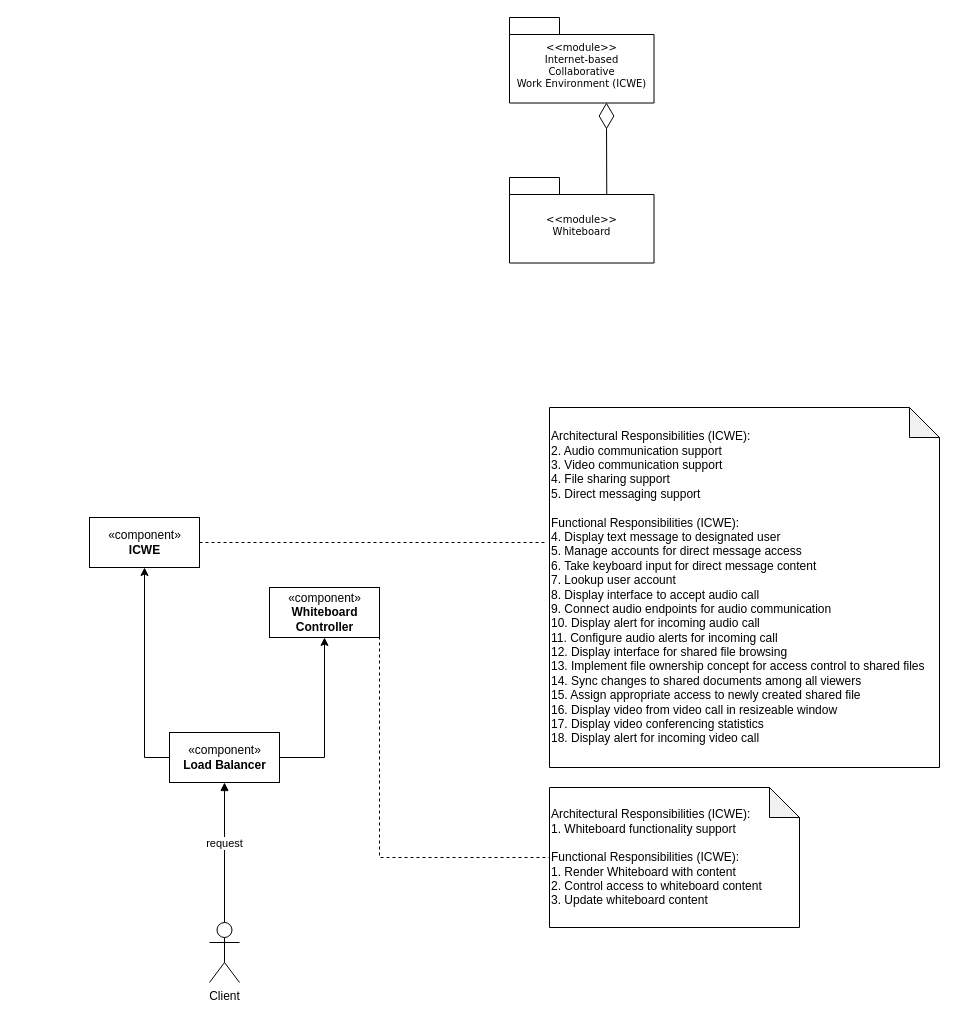
Earlier version of the draw.io diagram page "AD1_Whiteboard" (2 of 6) of Project_Checkpoint_4.drawio (james-mcallister/diagrams). Source tidied: cells renumbered, new cells numbered last; positions are measured from the earlier drawing's top-left corner, leaving out a move shared by most shapes. Both pictures are drawn from the tidied source at 100%, with x=0, y=0 at pixel (89, 17).
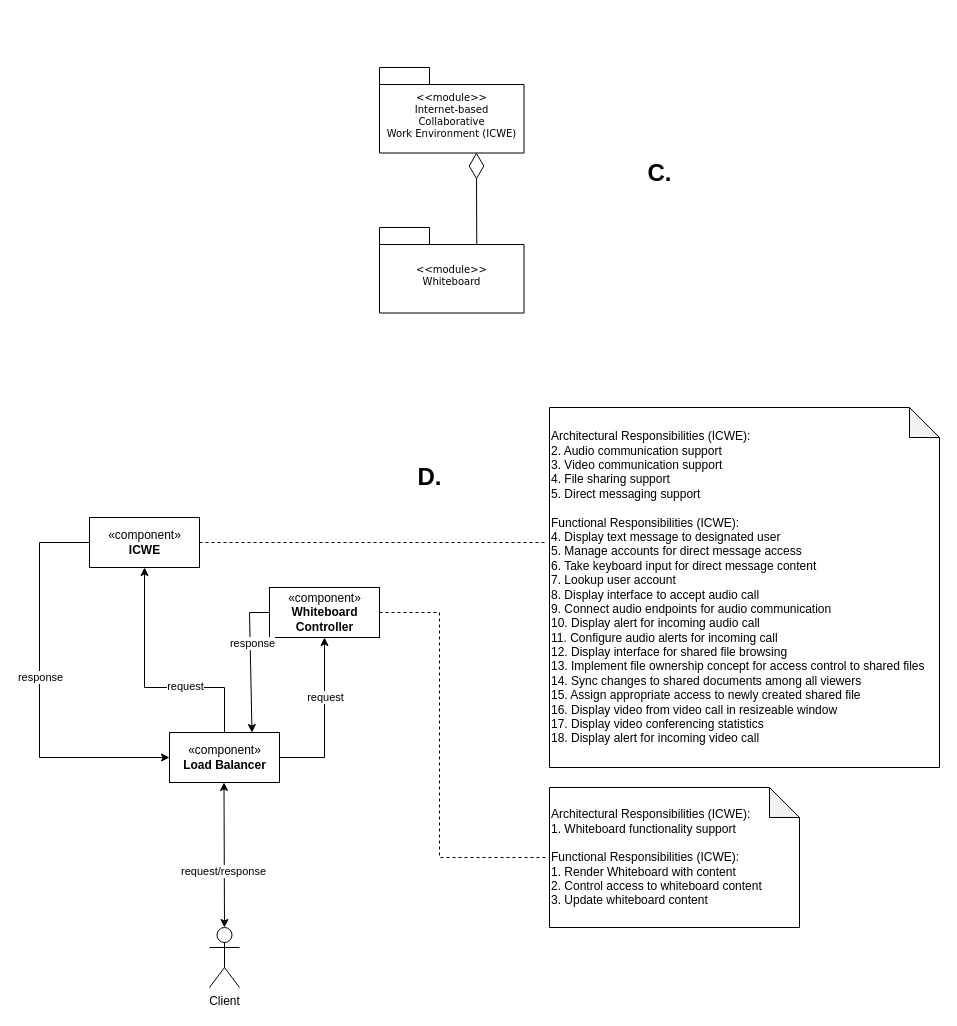
The same diagram, later.

Unchanged cells that the change refers to:
```xml
<mxCell id="11" value="«component»&lt;br&gt;&lt;b&gt;Whiteboard&lt;br&gt;Controller&lt;/b&gt;" style="html=1;" parent="1" vertex="1">
  <mxGeometry x="180" y="570" width="110" height="50" as="geometry" />
</mxCell>
<mxCell id="12" value="Architectural Responsibilities (ICWE):&lt;br&gt;1. Whiteboard functionality support&lt;br&gt;&lt;br&gt;Functional Responsibilities (ICWE):&lt;br&gt;1. Render Whiteboard with content&lt;br&gt;2. Control access to whiteboard content&lt;br&gt;3. Update whiteboard content" style="shape=note;whiteSpace=wrap;html=1;backgroundOutline=1;darkOpacity=0.05;align=left;" parent="1" vertex="1">
  <mxGeometry x="460" y="770" width="250" height="140" as="geometry" />
</mxCell>
<mxCell id="13" value="«component»&lt;br&gt;&lt;b&gt;Load Balancer&lt;/b&gt;" style="html=1;" parent="1" vertex="1">
  <mxGeometry x="80" y="715" width="110" height="50" as="geometry" />
</mxCell>
<mxCell id="17" style="endArrow=classic;html=1;rounded=0;exitX=1;exitY=0.5;exitDx=0;exitDy=0;entryX=0.5;entryY=1;entryDx=0;entryDy=0;" parent="1" edge="1" source="13" target="11">
  <mxGeometry relative="1" as="geometry">
    <Array as="points">
      <mxPoint x="235" y="740" />
    </Array>
  </mxGeometry>
</mxCell>
```

What changed in the source:
```diff
@@
     <mxCell id="2" style="group;" parent="1" vertex="1">
-      <mxGeometry x="420" width="144.5" height="85.5" as="geometry" />
+      <mxGeometry x="290" y="50" width="144.5" height="85.5" as="geometry" />
     </mxCell>
@@
-    <mxCell id="4" value="«component»&lt;br&gt;&lt;b&gt;ICWE&lt;/b&gt;" style="html=1;" parent="1" vertex="1">
-      <mxGeometry y="500" width="110" height="50" as="geometry" />
-    </mxCell>
-    <mxCell id="5" value="Client" style="shape=umlActor;verticalLabelPosition=bottom;verticalAlign=top;html=1;" parent="1" vertex="1">
-      <mxGeometry x="120" y="905" width="30" height="60" as="geometry" />
-    </mxCell>
-    <mxCell id="6" value="request" style="html=1;verticalAlign=bottom;endArrow=block;rounded=0;exitX=0.5;exitY=0;exitDx=0;exitDy=0;exitPerimeter=0;entryX=0.5;entryY=1;entryDx=0;entryDy=0;" parent="1" edge="1" source="5">
-      <mxGeometry relative="1" as="geometry">
-        <mxPoint x="135" y="765" as="targetPoint" />
-      </mxGeometry>
-    </mxCell>
-    <mxCell id="7" value="Architectural Responsibilities (ICWE):&lt;br&gt;2. Audio communication support&lt;br&gt;3. Video communication support&lt;br&gt;4. File sharing support&lt;br&gt;5. Direct messaging support&lt;br&gt;&lt;br&gt;Functional Responsibilities (ICWE):&lt;br&gt;4. Display text message to designated user&lt;br&gt;5. Manage accounts for direct message access&lt;br&gt;6. Take keyboard input for direct message content&lt;br&gt;7. Lookup user account&lt;br&gt;8. Display interface to accept audio call&lt;br&gt;9. Connect audio endpoints for audio communication&lt;br&gt;10. Display alert for incoming audio call&lt;br&gt;11. Configure audio alerts for incoming call&lt;br&gt;12. Display interface for shared file browsing&lt;br&gt;13. Implement file ownership concept for access control to shared files&lt;br&gt;14. Sync changes to shared documents among all viewers&lt;br&gt;15. Assign appropriate access to newly created shared file&lt;br&gt;16. Display video from video call in resizeable window&lt;br&gt;17. Display video conferencing statistics&lt;br&gt;18. Display alert for incoming video call" style="shape=note;whiteSpace=wrap;html=1;backgroundOutline=1;darkOpacity=0.05;align=left;" parent="1" vertex="1">
-      <mxGeometry x="460" y="390" width="390" height="360" as="geometry" />
-    </mxCell>
     <mxCell id="8" style="group;" parent="1" vertex="1">
-      <mxGeometry x="420" y="160" width="144.5" height="85.5" as="geometry" />
+      <mxGeometry x="290" y="210" width="144.5" height="85.5" as="geometry" />
     </mxCell>
@@
+    <mxCell id="4" value="«component»&lt;br&gt;&lt;b&gt;ICWE&lt;/b&gt;" style="html=1;" parent="1" vertex="1">
+      <mxGeometry y="500" width="110" height="50" as="geometry" />
+    </mxCell>
+    <mxCell id="5" value="Client" style="shape=umlActor;verticalLabelPosition=bottom;verticalAlign=top;html=1;" parent="1" vertex="1">
+      <mxGeometry x="120" y="910" width="30" height="60" as="geometry" />
+    </mxCell>
+    <mxCell id="7" value="Architectural Responsibilities (ICWE):&lt;br&gt;2. Audio communication support&lt;br&gt;3. Video communication support&lt;br&gt;4. File sharing support&lt;br&gt;5. Direct messaging support&lt;br&gt;&lt;br&gt;Functional Responsibilities (ICWE):&lt;br&gt;4. Display text message to designated user&lt;br&gt;5. Manage accounts for direct message access&lt;br&gt;6. Take keyboard input for direct message content&lt;br&gt;7. Lookup user account&lt;br&gt;8. Display interface to accept audio call&lt;br&gt;9. Connect audio endpoints for audio communication&lt;br&gt;10. Display alert for incoming audio call&lt;br&gt;11. Configure audio alerts for incoming call&lt;br&gt;12. Display interface for shared file browsing&lt;br&gt;13. Implement file ownership concept for access control to shared files&lt;br&gt;14. Sync changes to shared documents among all viewers&lt;br&gt;15. Assign appropriate access to newly created shared file&lt;br&gt;16. Display video from video call in resizeable window&lt;br&gt;17. Display video conferencing statistics&lt;br&gt;18. Display alert for incoming video call" style="shape=note;whiteSpace=wrap;html=1;backgroundOutline=1;darkOpacity=0.05;align=left;" parent="1" vertex="1">
+      <mxGeometry x="460" y="390" width="390" height="360" as="geometry" />
+    </mxCell>
@@
     <mxCell id="15" style="endArrow=none;dashed=1;html=1;rounded=0;exitX=1;exitY=0.5;exitDx=0;exitDy=0;entryX=0;entryY=0.5;entryDx=0;entryDy=0;entryPerimeter=0;" parent="1" edge="1" source="11" target="12">
       <mxGeometry relative="1" as="geometry">
         <Array as="points">
-          <mxPoint x="290" y="840" />
+          <mxPoint x="350" y="595" />
+          <mxPoint x="350" y="840" />
         </Array>
       </mxGeometry>
     </mxCell>
-    <mxCell id="16" style="endArrow=classic;html=1;rounded=0;exitX=0;exitY=0.5;exitDx=0;exitDy=0;entryX=0.5;entryY=1;entryDx=0;entryDy=0;" parent="1" edge="1" source="13" target="4">
+    <mxCell id="16" style="endArrow=classic;html=1;rounded=0;exitX=0.5;exitY=0;exitDx=0;exitDy=0;entryX=0.5;entryY=1;entryDx=0;entryDy=0;" parent="1" edge="1" source="13" target="4">
       <mxGeometry relative="1" as="geometry">
         <Array as="points">
-          <mxPoint x="55" y="740" />
+          <mxPoint x="135" y="670" />
+          <mxPoint x="55" y="670" />
         </Array>
       </mxGeometry>
     </mxCell>
+    <mxCell id="18" value="request" style="edgeLabel;html=1;align=center;verticalAlign=middle;" parent="16" vertex="1">
+      <mxGeometry x="-0.31" y="-2" relative="1" as="geometry" />
+    </mxCell>
@@
+    <mxCell id="19" value="request" style="edgeLabel;html=1;align=center;verticalAlign=middle;" parent="17" vertex="1">
+      <mxGeometry x="0.28" relative="1" as="geometry" />
+    </mxCell>
+    <mxCell id="20" style="endArrow=classic;html=1;rounded=0;exitX=0;exitY=0.5;exitDx=0;exitDy=0;entryX=0;entryY=0.5;entryDx=0;entryDy=0;" parent="1" edge="1" source="4" target="13">
+      <mxGeometry relative="1" as="geometry">
+        <Array as="points">
+          <mxPoint x="-50" y="525" />
+          <mxPoint x="-50" y="740" />
+        </Array>
+      </mxGeometry>
+    </mxCell>
+    <mxCell id="21" value="response" style="edgeLabel;html=1;align=center;verticalAlign=middle;" parent="20" vertex="1">
+      <mxGeometry x="-0.07" relative="1" as="geometry" />
+    </mxCell>
+    <mxCell id="22" style="endArrow=classic;html=1;rounded=0;exitX=0;exitY=0.5;exitDx=0;exitDy=0;entryX=0.75;entryY=0;entryDx=0;entryDy=0;" parent="1" edge="1" source="11" target="13">
+      <mxGeometry relative="1" as="geometry">
+        <Array as="points">
+          <mxPoint x="160" y="595" />
+        </Array>
+      </mxGeometry>
+    </mxCell>
+    <mxCell id="23" value="response" style="edgeLabel;html=1;align=center;verticalAlign=middle;" parent="22" vertex="1">
+      <mxGeometry x="-0.27" y="2" relative="1" as="geometry" />
+    </mxCell>
+    <mxCell id="24" style="endArrow=classic;startArrow=classic;html=1;rounded=0;entryX=0.5;entryY=1;entryDx=0;entryDy=0;" parent="1" edge="1">
+      <mxGeometry relative="1" as="geometry">
+        <mxPoint x="135" y="910" as="sourcePoint" />
+        <mxPoint x="134.5" y="765" as="targetPoint" />
+      </mxGeometry>
+    </mxCell>
+    <mxCell id="25" value="request/response" style="edgeLabel;html=1;align=center;verticalAlign=middle;" parent="24" vertex="1">
+      <mxGeometry x="-0.22" y="1" relative="1" as="geometry" />
+    </mxCell>
+    <mxCell id="26" value="C." style="text;strokeColor=none;fillColor=none;html=1;fontSize=24;fontStyle=1;verticalAlign=middle;align=center;" parent="1" vertex="1">
+      <mxGeometry x="520" y="135.5" width="100" height="40" as="geometry" />
+    </mxCell>
+    <mxCell id="27" value="D." style="text;strokeColor=none;fillColor=none;html=1;fontSize=24;fontStyle=1;verticalAlign=middle;align=center;" parent="1" vertex="1">
+      <mxGeometry x="290" y="440" width="100" height="40" as="geometry" />
+    </mxCell>
```
